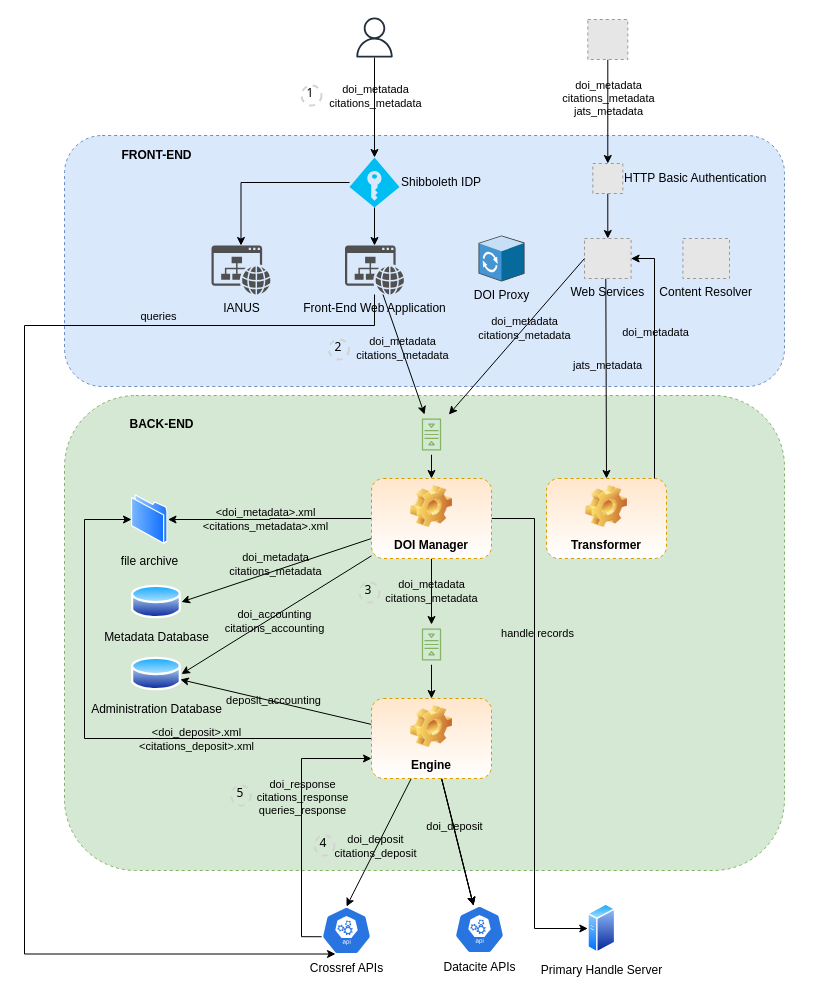
Ediser-mEDRA/OP-DOIRA keeps this draw.io diagram as op-functional-diagram.drawio. Above is the earlier version. Source tidied: cells renumbered, new cells numbered last; positions are measured from the earlier drawing's top-left corner, leaving out a move shared by most shapes. Both pictures are drawn from the tidied source at 100%, with x=0, y=0 at pixel (24, 17). Pictures stored in the file or linked from it are replaced by grey dashed boxes.
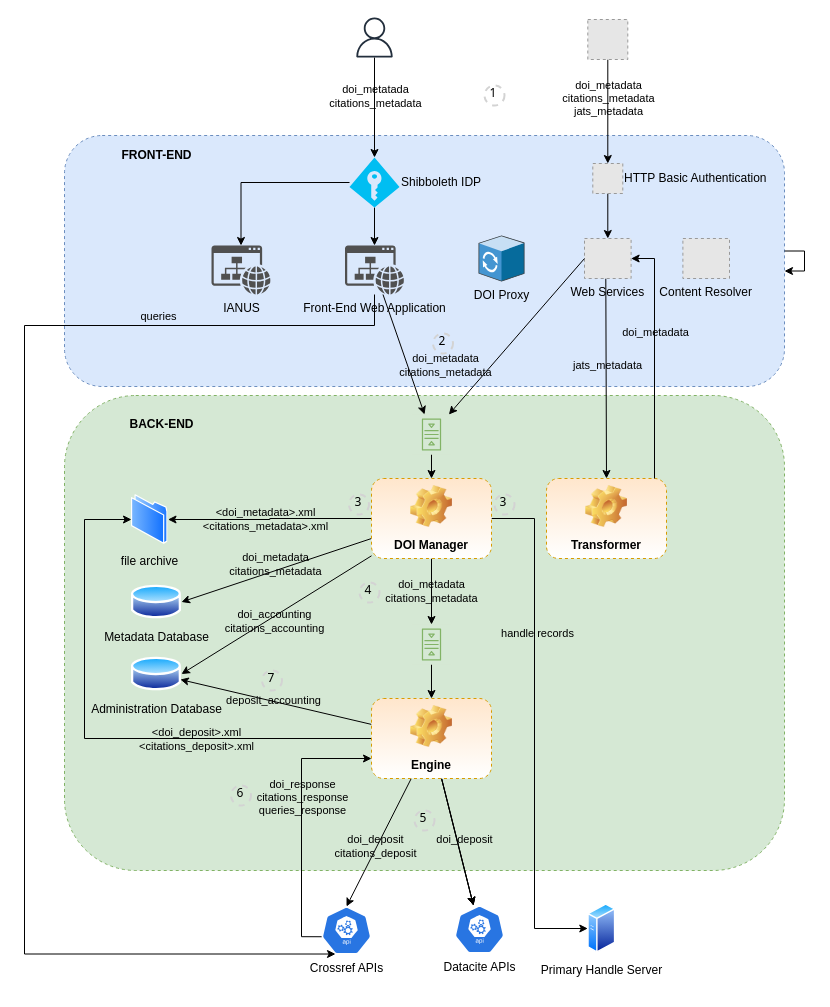
The same page after the edit.

The change refers to these unchanged cells:
```xml
<mxCell id="3" style="html=1;dashed=1;whitespace=wrap;labelPosition=center;verticalLabelPosition=top;align=center;verticalAlign=bottom;rounded=1;sketch=0;fillColor=#dae8fc;strokeColor=#6c8ebf;gradientColor=none;" parent="1" vertex="1">
  <mxGeometry x="40" y="118" width="720" height="251" as="geometry" />
</mxCell>
<mxCell id="24" style="edgeStyle=none;rounded=0;jettySize=auto;html=1;labelBackgroundColor=none;fontColor=#000000;" parent="1" edge="1" source="32" target="36">
  <mxGeometry relative="1" as="geometry" />
</mxCell>
<mxCell id="48" style="rounded=0;jettySize=auto;html=1;labelBackgroundColor=none;fontColor=#000000;" parent="1" edge="1" source="52" target="39">
  <mxGeometry relative="1" as="geometry" />
</mxCell>
<mxCell id="60" style="rounded=0;jettySize=auto;html=1;labelBackgroundColor=none;fontColor=#000000;exitX=0;exitY=0.5;exitDx=0;exitDy=0;" parent="1" edge="1" source="55" target="39">
  <mxGeometry relative="1" as="geometry" />
</mxCell>
```

What changed in the source:
```diff
@@
     <mxCell id="25" value="doi_deposit" style="edgeLabel;html=1;align=center;verticalAlign=middle;fontColor=#000000;labelBackgroundColor=none;" parent="24" vertex="1">
       <mxGeometry x="0.3" y="1" relative="1" as="geometry">
-        <mxPoint x="-9" y="-35" as="offset" />
+        <mxPoint x="1" y="-22" as="offset" />
       </mxGeometry>
     </mxCell>
@@
     <mxCell id="49" value="&lt;div&gt;doi_metadata&lt;/div&gt;&lt;div&gt;citations_metadata&lt;br&gt;&lt;/div&gt;" style="edgeLabel;html=1;align=center;verticalAlign=middle;fontColor=#000000;labelBackgroundColor=none;" parent="48" vertex="1">
-      <mxGeometry x="-0.11" relative="1" as="geometry" />
+      <mxGeometry x="-0.11" relative="1" as="geometry">
+        <mxPoint x="43" y="17" as="offset" />
+      </mxGeometry>
     </mxCell>
@@
-    <mxCell id="61" value="&lt;div&gt;doi_metadata&lt;/div&gt;&lt;div&gt;citations_metadata&lt;br&gt;&lt;/div&gt;" style="edgeLabel;html=1;align=center;verticalAlign=middle;fontColor=#000000;labelBackgroundColor=none;" parent="60" vertex="1">
-      <mxGeometry x="-0.11" relative="1" as="geometry" />
-    </mxCell>
     <mxCell id="62" value="1" style="ellipse;whiteSpace=wrap;html=1;strokeWidth=2;fontFamily=Tahoma;spacingBottom=4;spacingRight=2;strokeColor=#d3d3d3;rounded=1;dashed=1;labelBackgroundColor=none;sketch=0;fontColor=#000000;fillColor=none;gradientColor=none;" parent="1" vertex="1">
-      <mxGeometry x="277" y="68" width="20" height="20" as="geometry" />
+      <mxGeometry x="460" y="68" width="20" height="20" as="geometry" />
     </mxCell>
+    <mxCell id="71" style="edgeStyle=orthogonalEdgeStyle;rounded=0;orthogonalLoop=1;jettySize=auto;html=1;" parent="1" edge="1" source="3" target="3">
+      <mxGeometry relative="1" as="geometry" />
+    </mxCell>
     <mxCell id="63" value="2" style="ellipse;whiteSpace=wrap;html=1;strokeWidth=2;fontFamily=Tahoma;spacingBottom=4;spacingRight=2;strokeColor=#d3d3d3;rounded=1;dashed=1;labelBackgroundColor=none;sketch=0;fontColor=#000000;fillColor=none;gradientColor=none;" parent="1" vertex="1">
-      <mxGeometry x="304.5" y="322" width="20" height="20" as="geometry" />
+      <mxGeometry x="408.5" y="316" width="20" height="20" as="geometry" />
     </mxCell>
-    <mxCell id="64" value="3" style="ellipse;whiteSpace=wrap;html=1;strokeWidth=2;fontFamily=Tahoma;spacingBottom=4;spacingRight=2;strokeColor=#d3d3d3;rounded=1;dashed=1;labelBackgroundColor=none;sketch=0;fontColor=#000000;fillColor=none;gradientColor=none;" parent="1" vertex="1">
+    <mxCell id="64" value="4" style="ellipse;whiteSpace=wrap;html=1;strokeWidth=2;fontFamily=Tahoma;spacingBottom=4;spacingRight=2;strokeColor=#d3d3d3;rounded=1;dashed=1;labelBackgroundColor=none;sketch=0;fontColor=#000000;fillColor=none;gradientColor=none;" parent="1" vertex="1">
       <mxGeometry x="335" y="565" width="20" height="20" as="geometry" />
     </mxCell>
-    <mxCell id="65" value="4" style="ellipse;whiteSpace=wrap;html=1;strokeWidth=2;fontFamily=Tahoma;spacingBottom=4;spacingRight=2;strokeColor=#d3d3d3;rounded=1;dashed=1;labelBackgroundColor=none;sketch=0;fontColor=#000000;fillColor=none;gradientColor=none;" parent="1" vertex="1">
-      <mxGeometry x="290" y="818" width="20" height="20" as="geometry" />
+    <mxCell id="65" value="5" style="ellipse;whiteSpace=wrap;html=1;strokeWidth=2;fontFamily=Tahoma;spacingBottom=4;spacingRight=2;strokeColor=#d3d3d3;rounded=1;dashed=1;labelBackgroundColor=none;sketch=0;fontColor=#000000;fillColor=none;gradientColor=none;" parent="1" vertex="1">
+      <mxGeometry x="390" y="793" width="20" height="20" as="geometry" />
     </mxCell>
@@
-    <mxCell id="70" value="5" style="ellipse;whiteSpace=wrap;html=1;strokeWidth=2;fontFamily=Tahoma;spacingBottom=4;spacingRight=2;strokeColor=#d3d3d3;rounded=1;dashed=1;labelBackgroundColor=none;sketch=0;fontColor=#000000;fillColor=none;gradientColor=none;" parent="1" vertex="1">
+    <mxCell id="70" value="6" style="ellipse;whiteSpace=wrap;html=1;strokeWidth=2;fontFamily=Tahoma;spacingBottom=4;spacingRight=2;strokeColor=#d3d3d3;rounded=1;dashed=1;labelBackgroundColor=none;sketch=0;fontColor=#000000;fillColor=none;gradientColor=none;" parent="1" vertex="1">
       <mxGeometry x="206.5" y="768" width="20" height="20" as="geometry" />
     </mxCell>
+    <mxCell id="72" value="3" style="ellipse;whiteSpace=wrap;html=1;strokeWidth=2;fontFamily=Tahoma;spacingBottom=4;spacingRight=2;strokeColor=#d3d3d3;rounded=1;dashed=1;labelBackgroundColor=none;sketch=0;fontColor=#000000;fillColor=none;gradientColor=none;" parent="1" vertex="1">
+      <mxGeometry x="324.5" y="477" width="20" height="20" as="geometry" />
+    </mxCell>
+    <mxCell id="73" value="3" style="ellipse;whiteSpace=wrap;html=1;strokeWidth=2;fontFamily=Tahoma;spacingBottom=4;spacingRight=2;strokeColor=#d3d3d3;rounded=1;dashed=1;labelBackgroundColor=none;sketch=0;fontColor=#000000;fillColor=none;gradientColor=none;" parent="1" vertex="1">
+      <mxGeometry x="470" y="477" width="20" height="20" as="geometry" />
+    </mxCell>
+    <mxCell id="74" value="7" style="ellipse;whiteSpace=wrap;html=1;strokeWidth=2;fontFamily=Tahoma;spacingBottom=4;spacingRight=2;strokeColor=#d3d3d3;rounded=1;dashed=1;labelBackgroundColor=none;sketch=0;fontColor=#000000;fillColor=none;gradientColor=none;" parent="1" vertex="1">
+      <mxGeometry x="237.5" y="653" width="20" height="20" as="geometry" />
+    </mxCell>
```
